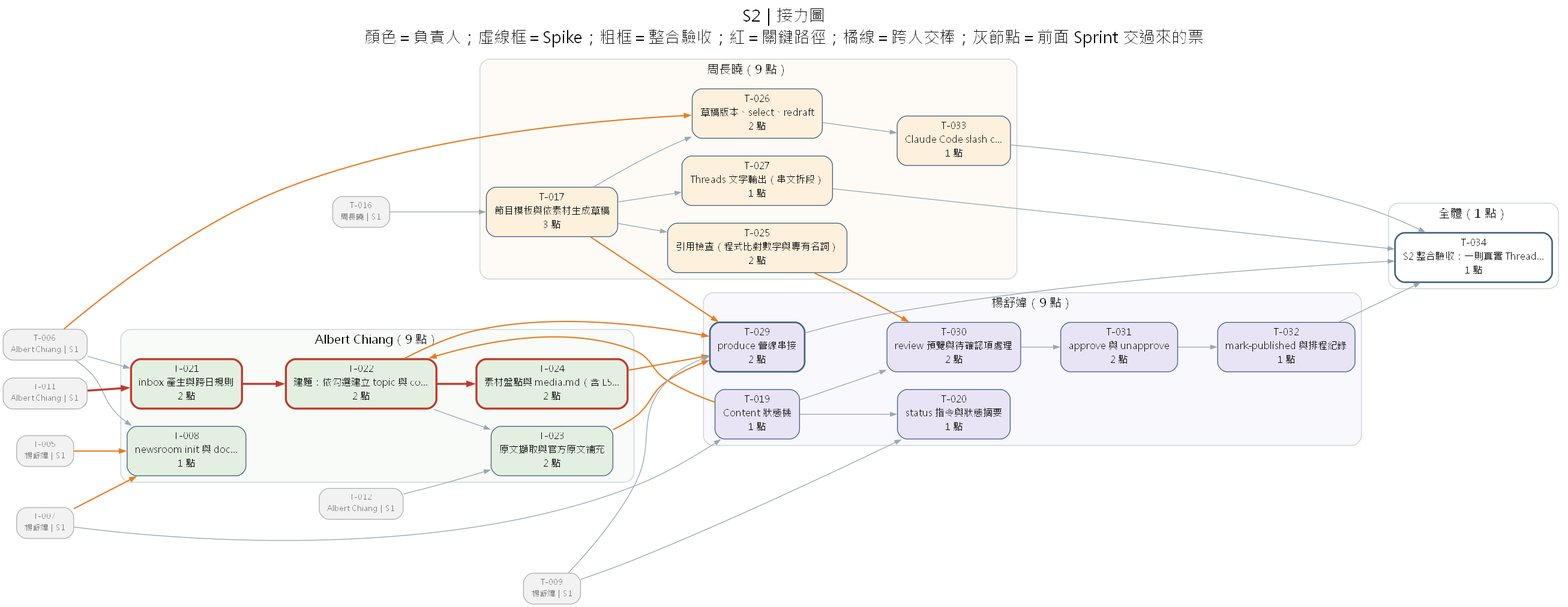
This is docs/diagrams/dag-S2.png from Zenobia000/AI_Media_Studio_content_pipe, a Graphviz export, as it was before one commit. Its source is kept beside it as docs/diagrams/dag-S2.dot.
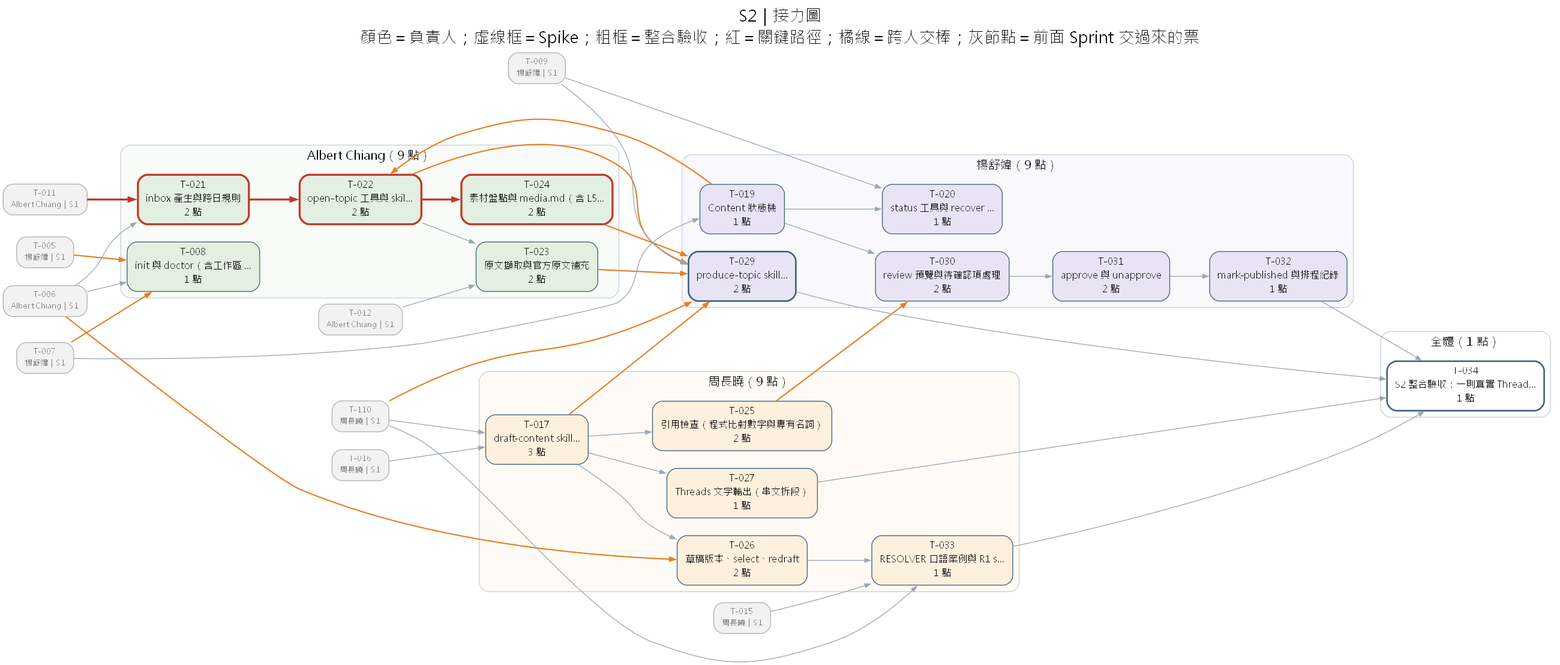
Above is the later version.

Change to the diagram source:
```diff
@@ -5,13 +5,13 @@
 edge [color="#9aa7b3", arrowsize=0.7];
 subgraph "cluster_Albert Chiang" { label="Albert Chiang（9 點）"; style="rounded,filled"; fillcolor="#e3f0e140"; color="#c7d0d9"; fontsize=15;
 "T-008" [label="T-008
-newsroom init 與 doc…
+init 與 doctor（含工作區 …
 1 點", fillcolor="#e3f0e1", style="rounded,filled"];
 "T-021" [label="T-021
 inbox 產生與跨日規則
 2 點", fillcolor="#e3f0e1", style="rounded,filled", penwidth=2.5, color="#c0392b"];
 "T-022" [label="T-022
-建題：依勾選建立 topic 與 co…
+open-topic 工具與 skil…
 2 點", fillcolor="#e3f0e1", style="rounded,filled", penwidth=2.5, color="#c0392b"];
 "T-023" [label="T-023
 原文擷取與官方原文補充
@@ -22,7 +22,7 @@
 }
 subgraph "cluster_周長曉" { label="周長曉（9 點）"; style="rounded,filled"; fillcolor="#fdf0dc40"; color="#c7d0d9"; fontsize=15;
 "T-017" [label="T-017
-節目模板與依素材生成草稿
+draft-content skill…
 3 點", fillcolor="#fdf0dc", style="rounded,filled"];
 "T-025" [label="T-025
 引用檢查（程式比對數字與專有名詞）
@@ -34,7 +34,7 @@
 Threads 文字輸出（串文拆段）
 1 點", fillcolor="#fdf0dc", style="rounded,filled"];
 "T-033" [label="T-033
-Claude Code slash c…
+RESOLVER 口語案例與 R1 s…
 1 點", fillcolor="#fdf0dc", style="rounded,filled"];
 }
 subgraph "cluster_楊舒媁" { label="楊舒媁（9 點）"; style="rounded,filled"; fillcolor="#e8e4f640"; color="#c7d0d9"; fontsize=15;
@@ -42,10 +42,10 @@
 Content 狀態機
 1 點", fillcolor="#e8e4f6", style="rounded,filled"];
 "T-020" [label="T-020
-status 指令與狀態摘要
+status 工具與 recover …
 1 點", fillcolor="#e8e4f6", style="rounded,filled"];
 "T-029" [label="T-029
-produce 管線串接
+produce-topic skill…
 2 點", fillcolor="#e8e4f6", style="rounded,filled,bold"];
 "T-030" [label="T-030
 review 預覽與待確認項處理
@@ -74,12 +74,17 @@
 Albert Chiang｜S1", fillcolor="#f2f2f2", color="#b0b0b0", fontcolor="#777777", fontsize=10];
 "T-012" [label="T-012
 Albert Chiang｜S1", fillcolor="#f2f2f2", color="#b0b0b0", fontcolor="#777777", fontsize=10];
+"T-015" [label="T-015
+周長曉｜S1", fillcolor="#f2f2f2", color="#b0b0b0", fontcolor="#777777", fontsize=10];
 "T-016" [label="T-016
+周長曉｜S1", fillcolor="#f2f2f2", color="#b0b0b0", fontcolor="#777777", fontsize=10];
+"T-110" [label="T-110
 周長曉｜S1", fillcolor="#f2f2f2", color="#b0b0b0", fontcolor="#777777", fontsize=10];
 "T-005" -> "T-008" [color="#e67e22", penwidth=1.6];
 "T-006" -> "T-008";
 "T-007" -> "T-008" [color="#e67e22", penwidth=1.6];
 "T-016" -> "T-017";
+"T-110" -> "T-017";
 "T-007" -> "T-019";
 "T-009" -> "T-020";
 "T-019" -> "T-020";
@@ -99,11 +104,14 @@
 "T-023" -> "T-029" [color="#e67e22", penwidth=1.6];
 "T-024" -> "T-029" [color="#e67e22", penwidth=1.6];
 "T-017" -> "T-029" [color="#e67e22", penwidth=1.6];
+"T-110" -> "T-029" [color="#e67e22", penwidth=1.6];
 "T-019" -> "T-030";
 "T-025" -> "T-030" [color="#e67e22", penwidth=1.6];
 "T-030" -> "T-031";
 "T-031" -> "T-032";
 "T-026" -> "T-033";
+"T-015" -> "T-033";
+"T-110" -> "T-033";
 "T-029" -> "T-034";
 "T-027" -> "T-034";
 "T-032" -> "T-034";
```
